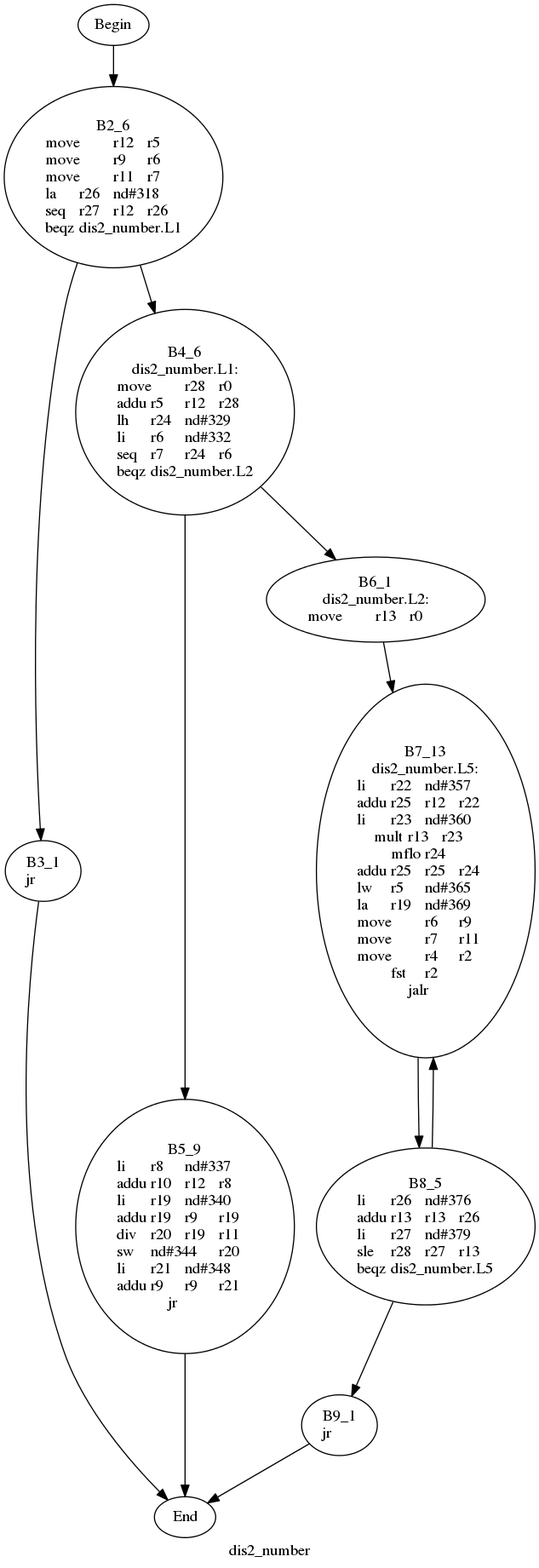
Above: testcase/dot_file/dis2_number_prev.dot.png in qixianbd/partition_wqm_new_one (Graphviz), before the change. Its source is kept beside it as testcase/dot_file/dis2_number_prev.dot. Its diagram source:
```dot
digraph G{
	label = "dis2_number"	style = "dashed";
	color = purple;
	Node0 [label = "Begin"];
	Node0 -> {Node2 }
	Node1 [label = "End"];
	Node1 -> {}
	Node2 [label = "B2_6\nmove	r12	r5	\nmove	r9	r6	\nmove	r11	r7	\nla	r26	nd#318	\nseq	r27	r12	r26	\nbeqz	dis2_number.L1\n"];
	Node2 -> {Node3 Node4 }
	Node3 [label = "B3_1\njr	\n"];
	Node3 -> {Node1 }
	Node4 [label = "B4_6\ndis2_number.L1:\nmove	r28	r0	\naddu	r5	r12	r28	\nlh	r24	nd#329	\nli	r6	nd#332	\nseq	r7	r24	r6	\nbeqz	dis2_number.L2\n"];
	Node4 -> {Node5 Node6 }
	Node5 [label = "B5_9\nli	r8	nd#337	\naddu	r10	r12	r8	\nli	r19	nd#340	\naddu	r19	r9	r19	\ndiv	r20	r19	r11	\nsw	nd#344	r20	\nli	r21	nd#348	\naddu	r9	r9	r21	\njr	\n"];
	Node5 -> {Node1 }
	Node6 [label = "B6_1\ndis2_number.L2:\nmove	r13	r0	\n"];
	Node6 -> {Node7 }
	Node7 [label = "B7_13\ndis2_number.L5:\nli	r22	nd#357	\naddu	r25	r12	r22	\nli	r23	nd#360	\nmult	r13	r23	\nmflo	r24	\naddu	r25	r25	r24	\nlw	r5	nd#365	\nla	r19	nd#369	\nmove	r6	r9	\nmove	r7	r11	\nmove	r4	r2	\nfst	r2	\njalr	\n"];
	Node7 -> {Node8 }
	Node8 [label = "B8_5\nli	r26	nd#376	\naddu	r13	r13	r26	\nli	r27	nd#379	\nsle	r28	r27	r13	\nbeqz	dis2_number.L5\n"];
	Node8 -> {Node9 Node7 }
	Node9 [label = "B9_1\njr	\n"];
	Node9 -> {Node1 }
}
```
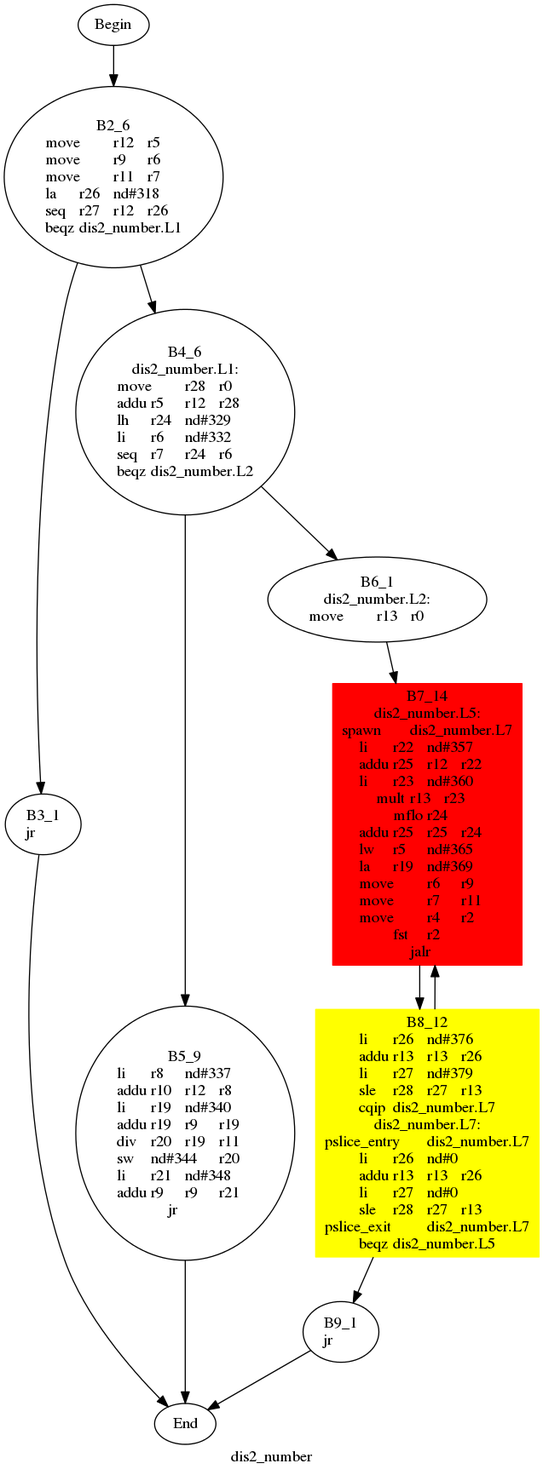
The same diagram one commit later.

The edit, as a diff of the source:
```diff
@@ -15,10 +15,12 @@
 	Node5 -> {Node1 }
 	Node6 [label = "B6_1\ndis2_number.L2:\nmove	r13	r0	\n"];
 	Node6 -> {Node7 }
-	Node7 [label = "B7_13\ndis2_number.L5:\nli	r22	nd#357	\naddu	r25	r12	r22	\nli	r23	nd#360	\nmult	r13	r23	\nmflo	r24	\naddu	r25	r25	r24	\nlw	r5	nd#365	\nla	r19	nd#369	\nmove	r6	r9	\nmove	r7	r11	\nmove	r4	r2	\nfst	r2	\njalr	\n"];
+	Node7 [label = "B7_14\ndis2_number.L5:\nspawn	dis2_number.L7\nli	r22	nd#357	\naddu	r25	r12	r22	\nli	r23	nd#360	\nmult	r13	r23	\nmflo	r24	\naddu	r25	r25	r24	\nlw	r5	nd#365	\nla	r19	nd#369	\nmove	r6	r9	\nmove	r7	r11	\nmove	r4	r2	\nfst	r2	\njalr	\n"];
 	Node7 -> {Node8 }
-	Node8 [label = "B8_5\nli	r26	nd#376	\naddu	r13	r13	r26	\nli	r27	nd#379	\nsle	r28	r27	r13	\nbeqz	dis2_number.L5\n"];
+	Node8 [label = "B8_12\nli	r26	nd#376	\naddu	r13	r13	r26	\nli	r27	nd#379	\nsle	r28	r27	r13	\ncqip	dis2_number.L7\ndis2_number.L7:\npslice_entry	dis2_number.L7\nli	r26	nd#0	\naddu	r13	r13	r26	\nli	r27	nd#0	\nsle	r28	r27	r13	\npslice_exit	dis2_number.L7\nbeqz	dis2_number.L5\n"];
 	Node8 -> {Node9 Node7 }
 	Node9 [label = "B9_1\njr	\n"];
 	Node9 -> {Node1 }
+	Node7 [shape = box ,style=filled ,color=red];
+	Node8 [shape = polygon ,style=filled ,color=yellow];
 }
```
